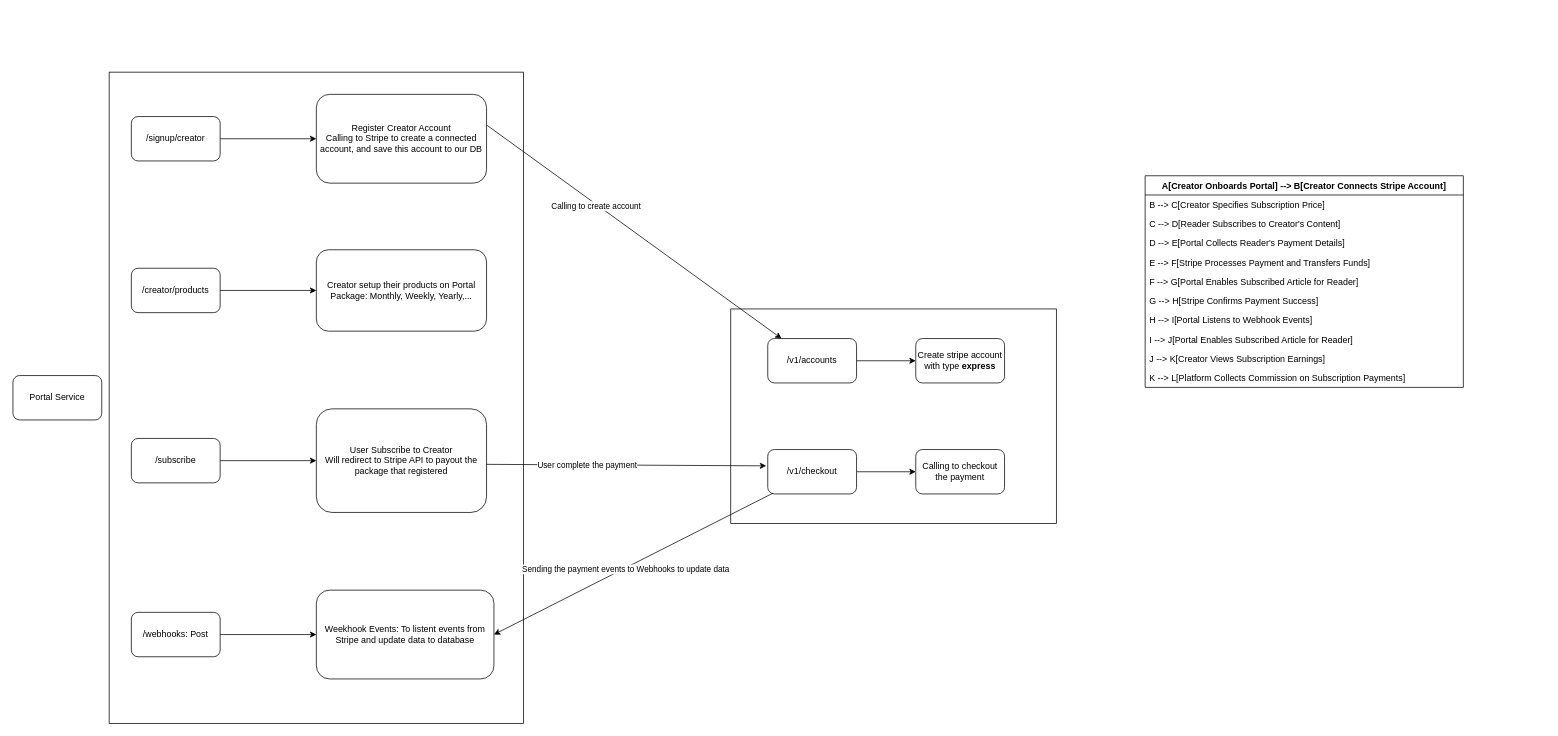
shine8888/abc-ventures keeps this draw.io diagram as Untitled Diagram.drawio. Above is the earlier version. Source tidied: cells renumbered, new cells numbered last; positions are measured from the earlier drawing's top-left corner, leaving out a move shared by most shapes. Both pictures are drawn from the tidied source at 74%, with x=0, y=0 at pixel (13, 72).
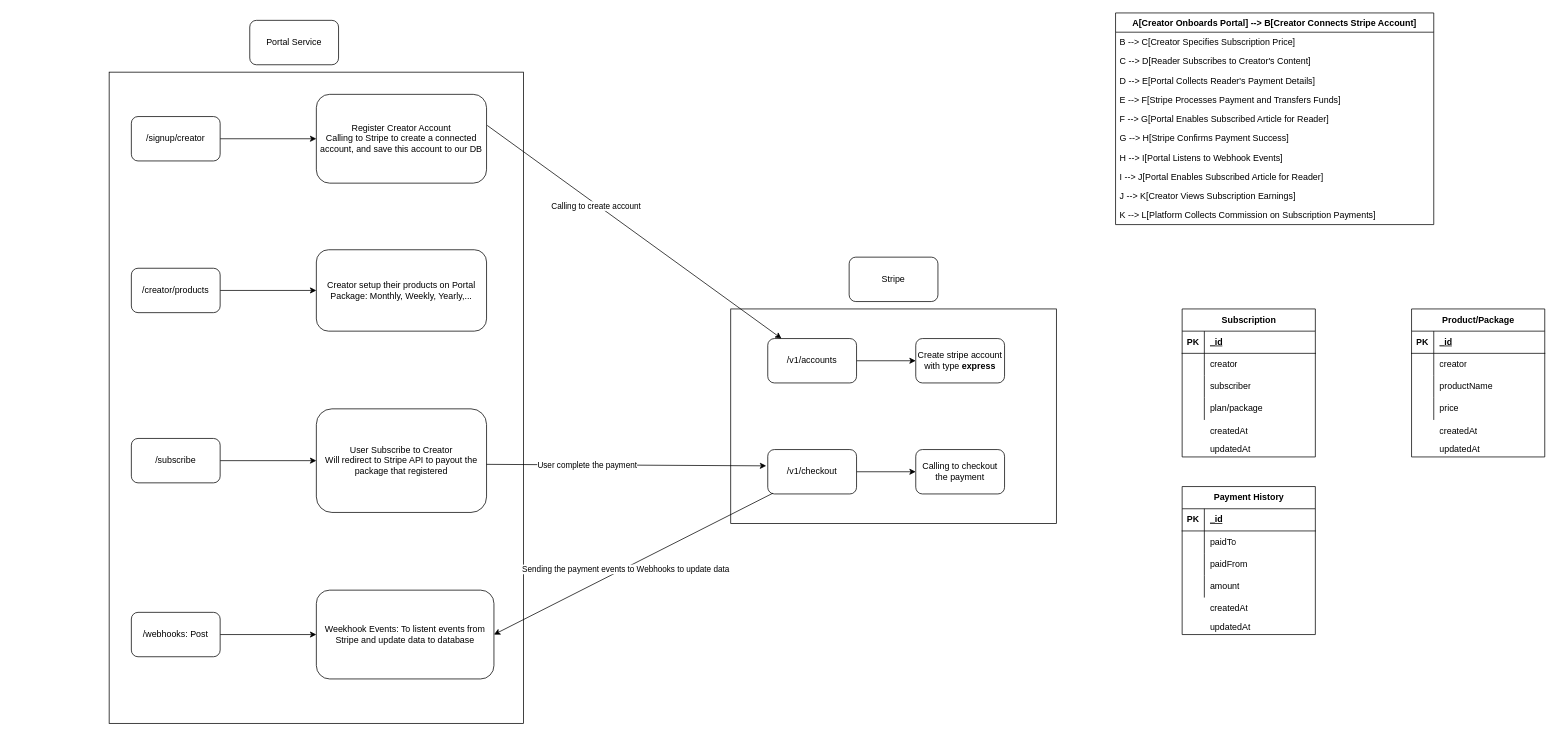
The same diagram, later.

The edit, as a diff of the source:
```diff
@@
     <mxCell id="2" value="A[Creator Onboards Portal] --&gt; B[Creator Connects Stripe Account]" style="swimlane;fontStyle=1;horizontal=1;startSize=26;" parent="1" vertex="1">
-      <mxGeometry x="1530" y="140" width="430" height="286" as="geometry" />
+      <mxGeometry x="1490" y="-80" width="430" height="286" as="geometry" />
     </mxCell>
@@
     <mxCell id="13" value="Portal Service" style="rounded=1;whiteSpace=wrap;html=1;" parent="1" vertex="1">
-      <mxGeometry y="410" width="120" height="60" as="geometry" />
+      <mxGeometry x="320" y="-70" width="120" height="60" as="geometry" />
     </mxCell>
@@
+    <mxCell id="40" value="Stripe" style="rounded=1;whiteSpace=wrap;html=1;" parent="1" vertex="1">
+      <mxGeometry x="1130" y="250" width="120" height="60" as="geometry" />
+    </mxCell>
+    <mxCell id="41" value="Subscription" style="shape=table;startSize=30;childLayout=tableLayout;rowLines=0;fontStyle=1;align=center;html=1;" parent="1" vertex="1">
+      <mxGeometry x="1580" y="320" width="180" height="200" as="geometry" />
+    </mxCell>
+    <mxCell id="42" style="shape=tableRow;horizontal=0;startSize=0;swimlaneHead=0;swimlaneBody=0;fillColor=none;top=0;left=0;right=0;bottom=1;" parent="41" vertex="1">
+      <mxGeometry y="30" width="180" height="30" as="geometry" />
+    </mxCell>
+    <mxCell id="43" value="PK" style="shape=partialRectangle;fillColor=none;top=0;left=0;bottom=0;right=0;fontStyle=1;overflow=hidden;whiteSpace=wrap;html=1;" parent="42" vertex="1">
+      <mxGeometry width="30" height="30" as="geometry" />
+    </mxCell>
+    <mxCell id="44" value="_id" style="shape=partialRectangle;fillColor=none;top=0;left=0;bottom=0;right=0;align=left;spacingLeft=6;fontStyle=5;overflow=hidden;whiteSpace=wrap;html=1;" parent="42" vertex="1">
+      <mxGeometry x="30" width="150" height="30" as="geometry" />
+    </mxCell>
+    <mxCell id="45" style="shape=tableRow;horizontal=0;startSize=0;swimlaneHead=0;swimlaneBody=0;fillColor=none;top=0;left=0;right=0;bottom=0;" parent="41" vertex="1">
+      <mxGeometry y="60" width="180" height="30" as="geometry" />
+    </mxCell>
+    <mxCell id="46" style="shape=partialRectangle;fillColor=none;top=0;left=0;bottom=0;right=0;overflow=hidden;whiteSpace=wrap;html=1;" parent="45" vertex="1">
+      <mxGeometry width="30" height="30" as="geometry" />
+    </mxCell>
+    <mxCell id="47" value="creator" style="shape=partialRectangle;fillColor=none;top=0;left=0;bottom=0;right=0;align=left;spacingLeft=6;overflow=hidden;whiteSpace=wrap;html=1;" parent="45" vertex="1">
+      <mxGeometry x="30" width="150" height="30" as="geometry" />
+    </mxCell>
+    <mxCell id="48" style="shape=tableRow;horizontal=0;startSize=0;swimlaneHead=0;swimlaneBody=0;fillColor=none;top=0;left=0;right=0;bottom=0;" parent="41" vertex="1">
+      <mxGeometry y="90" width="180" height="30" as="geometry" />
+    </mxCell>
+    <mxCell id="49" style="shape=partialRectangle;fillColor=none;top=0;left=0;bottom=0;right=0;overflow=hidden;whiteSpace=wrap;html=1;" parent="48" vertex="1">
+      <mxGeometry width="30" height="30" as="geometry" />
+    </mxCell>
+    <mxCell id="50" value="subscriber" style="shape=partialRectangle;fillColor=none;top=0;left=0;bottom=0;right=0;align=left;spacingLeft=6;overflow=hidden;whiteSpace=wrap;html=1;" parent="48" vertex="1">
+      <mxGeometry x="30" width="150" height="30" as="geometry" />
+    </mxCell>
+    <mxCell id="51" style="shape=tableRow;horizontal=0;startSize=0;swimlaneHead=0;swimlaneBody=0;fillColor=none;top=0;left=0;right=0;bottom=0;" parent="41" vertex="1">
+      <mxGeometry y="120" width="180" height="30" as="geometry" />
+    </mxCell>
+    <mxCell id="52" style="shape=partialRectangle;fillColor=none;top=0;left=0;bottom=0;right=0;overflow=hidden;whiteSpace=wrap;html=1;" parent="51" vertex="1">
+      <mxGeometry width="30" height="30" as="geometry" />
+    </mxCell>
+    <mxCell id="53" value="plan/package" style="shape=partialRectangle;fillColor=none;top=0;left=0;bottom=0;right=0;align=left;spacingLeft=6;overflow=hidden;whiteSpace=wrap;html=1;" parent="51" vertex="1">
+      <mxGeometry x="30" width="150" height="30" as="geometry" />
+    </mxCell>
+    <mxCell id="54" value="createdAt" style="shape=partialRectangle;fillColor=none;top=0;left=0;bottom=0;right=0;align=left;spacingLeft=6;overflow=hidden;whiteSpace=wrap;html=1;" parent="1" vertex="1">
+      <mxGeometry x="1610" y="470" width="150" height="30" as="geometry" />
+    </mxCell>
+    <mxCell id="55" value="updatedAt" style="shape=partialRectangle;fillColor=none;top=0;left=0;bottom=0;right=0;align=left;spacingLeft=6;overflow=hidden;whiteSpace=wrap;html=1;" parent="1" vertex="1">
+      <mxGeometry x="1610" y="495" width="150" height="30" as="geometry" />
+    </mxCell>
+    <mxCell id="56" value="Product/Package" style="shape=table;startSize=30;childLayout=tableLayout;rowLines=0;fontStyle=1;align=center;html=1;" parent="1" vertex="1">
+      <mxGeometry x="1890" y="320" width="180" height="200" as="geometry" />
+    </mxCell>
+    <mxCell id="57" style="shape=tableRow;horizontal=0;startSize=0;swimlaneHead=0;swimlaneBody=0;fillColor=none;top=0;left=0;right=0;bottom=1;" parent="56" vertex="1">
+      <mxGeometry y="30" width="180" height="30" as="geometry" />
+    </mxCell>
+    <mxCell id="58" value="PK" style="shape=partialRectangle;fillColor=none;top=0;left=0;bottom=0;right=0;fontStyle=1;overflow=hidden;whiteSpace=wrap;html=1;" parent="57" vertex="1">
+      <mxGeometry width="30" height="30" as="geometry" />
+    </mxCell>
+    <mxCell id="59" value="_id" style="shape=partialRectangle;fillColor=none;top=0;left=0;bottom=0;right=0;align=left;spacingLeft=6;fontStyle=5;overflow=hidden;whiteSpace=wrap;html=1;" parent="57" vertex="1">
+      <mxGeometry x="30" width="150" height="30" as="geometry" />
+    </mxCell>
+    <mxCell id="60" style="shape=tableRow;horizontal=0;startSize=0;swimlaneHead=0;swimlaneBody=0;fillColor=none;top=0;left=0;right=0;bottom=0;" parent="56" vertex="1">
+      <mxGeometry y="60" width="180" height="30" as="geometry" />
+    </mxCell>
+    <mxCell id="61" style="shape=partialRectangle;fillColor=none;top=0;left=0;bottom=0;right=0;overflow=hidden;whiteSpace=wrap;html=1;" parent="60" vertex="1">
+      <mxGeometry width="30" height="30" as="geometry" />
+    </mxCell>
+    <mxCell id="62" value="creator" style="shape=partialRectangle;fillColor=none;top=0;left=0;bottom=0;right=0;align=left;spacingLeft=6;overflow=hidden;whiteSpace=wrap;html=1;" parent="60" vertex="1">
+      <mxGeometry x="30" width="150" height="30" as="geometry" />
+    </mxCell>
+    <mxCell id="63" style="shape=tableRow;horizontal=0;startSize=0;swimlaneHead=0;swimlaneBody=0;fillColor=none;top=0;left=0;right=0;bottom=0;" parent="56" vertex="1">
+      <mxGeometry y="90" width="180" height="30" as="geometry" />
+    </mxCell>
+    <mxCell id="64" style="shape=partialRectangle;fillColor=none;top=0;left=0;bottom=0;right=0;overflow=hidden;whiteSpace=wrap;html=1;" parent="63" vertex="1">
+      <mxGeometry width="30" height="30" as="geometry" />
+    </mxCell>
+    <mxCell id="65" value="productName" style="shape=partialRectangle;fillColor=none;top=0;left=0;bottom=0;right=0;align=left;spacingLeft=6;overflow=hidden;whiteSpace=wrap;html=1;" parent="63" vertex="1">
+      <mxGeometry x="30" width="150" height="30" as="geometry" />
+    </mxCell>
+    <mxCell id="66" style="shape=tableRow;horizontal=0;startSize=0;swimlaneHead=0;swimlaneBody=0;fillColor=none;top=0;left=0;right=0;bottom=0;" parent="56" vertex="1">
+      <mxGeometry y="120" width="180" height="30" as="geometry" />
+    </mxCell>
+    <mxCell id="67" style="shape=partialRectangle;fillColor=none;top=0;left=0;bottom=0;right=0;overflow=hidden;whiteSpace=wrap;html=1;" parent="66" vertex="1">
+      <mxGeometry width="30" height="30" as="geometry" />
+    </mxCell>
+    <mxCell id="68" value="price" style="shape=partialRectangle;fillColor=none;top=0;left=0;bottom=0;right=0;align=left;spacingLeft=6;overflow=hidden;whiteSpace=wrap;html=1;" parent="66" vertex="1">
+      <mxGeometry x="30" width="150" height="30" as="geometry" />
+    </mxCell>
+    <mxCell id="69" value="createdAt" style="shape=partialRectangle;fillColor=none;top=0;left=0;bottom=0;right=0;align=left;spacingLeft=6;overflow=hidden;whiteSpace=wrap;html=1;" parent="1" vertex="1">
+      <mxGeometry x="1920" y="470" width="150" height="30" as="geometry" />
+    </mxCell>
+    <mxCell id="70" value="updatedAt" style="shape=partialRectangle;fillColor=none;top=0;left=0;bottom=0;right=0;align=left;spacingLeft=6;overflow=hidden;whiteSpace=wrap;html=1;" parent="1" vertex="1">
+      <mxGeometry x="1920" y="495" width="150" height="30" as="geometry" />
+    </mxCell>
+    <mxCell id="71" value="Payment History" style="shape=table;startSize=30;childLayout=tableLayout;rowLines=0;fontStyle=1;align=center;html=1;" parent="1" vertex="1">
+      <mxGeometry x="1580" y="560" width="180" height="200" as="geometry" />
+    </mxCell>
+    <mxCell id="72" style="shape=tableRow;horizontal=0;startSize=0;swimlaneHead=0;swimlaneBody=0;fillColor=none;top=0;left=0;right=0;bottom=1;" parent="71" vertex="1">
+      <mxGeometry y="30" width="180" height="30" as="geometry" />
+    </mxCell>
+    <mxCell id="73" value="PK" style="shape=partialRectangle;fillColor=none;top=0;left=0;bottom=0;right=0;fontStyle=1;overflow=hidden;whiteSpace=wrap;html=1;" parent="72" vertex="1">
+      <mxGeometry width="30" height="30" as="geometry" />
+    </mxCell>
+    <mxCell id="74" value="_id" style="shape=partialRectangle;fillColor=none;top=0;left=0;bottom=0;right=0;align=left;spacingLeft=6;fontStyle=5;overflow=hidden;whiteSpace=wrap;html=1;" parent="72" vertex="1">
+      <mxGeometry x="30" width="150" height="30" as="geometry" />
+    </mxCell>
+    <mxCell id="75" style="shape=tableRow;horizontal=0;startSize=0;swimlaneHead=0;swimlaneBody=0;fillColor=none;top=0;left=0;right=0;bottom=0;" parent="71" vertex="1">
+      <mxGeometry y="60" width="180" height="30" as="geometry" />
+    </mxCell>
+    <mxCell id="76" style="shape=partialRectangle;fillColor=none;top=0;left=0;bottom=0;right=0;overflow=hidden;whiteSpace=wrap;html=1;" parent="75" vertex="1">
+      <mxGeometry width="30" height="30" as="geometry" />
+    </mxCell>
+    <mxCell id="77" value="paidTo" style="shape=partialRectangle;fillColor=none;top=0;left=0;bottom=0;right=0;align=left;spacingLeft=6;overflow=hidden;whiteSpace=wrap;html=1;" parent="75" vertex="1">
+      <mxGeometry x="30" width="150" height="30" as="geometry" />
+    </mxCell>
+    <mxCell id="78" style="shape=tableRow;horizontal=0;startSize=0;swimlaneHead=0;swimlaneBody=0;fillColor=none;top=0;left=0;right=0;bottom=0;" parent="71" vertex="1">
+      <mxGeometry y="90" width="180" height="30" as="geometry" />
+    </mxCell>
+    <mxCell id="79" style="shape=partialRectangle;fillColor=none;top=0;left=0;bottom=0;right=0;overflow=hidden;whiteSpace=wrap;html=1;" parent="78" vertex="1">
+      <mxGeometry width="30" height="30" as="geometry" />
+    </mxCell>
+    <mxCell id="80" value="paidFrom" style="shape=partialRectangle;fillColor=none;top=0;left=0;bottom=0;right=0;align=left;spacingLeft=6;overflow=hidden;whiteSpace=wrap;html=1;" parent="78" vertex="1">
+      <mxGeometry x="30" width="150" height="30" as="geometry" />
+    </mxCell>
+    <mxCell id="81" style="shape=tableRow;horizontal=0;startSize=0;swimlaneHead=0;swimlaneBody=0;fillColor=none;top=0;left=0;right=0;bottom=0;" parent="71" vertex="1">
+      <mxGeometry y="120" width="180" height="30" as="geometry" />
+    </mxCell>
+    <mxCell id="82" style="shape=partialRectangle;fillColor=none;top=0;left=0;bottom=0;right=0;overflow=hidden;whiteSpace=wrap;html=1;" parent="81" vertex="1">
+      <mxGeometry width="30" height="30" as="geometry" />
+    </mxCell>
+    <mxCell id="83" value="amount" style="shape=partialRectangle;fillColor=none;top=0;left=0;bottom=0;right=0;align=left;spacingLeft=6;overflow=hidden;whiteSpace=wrap;html=1;" parent="81" vertex="1">
+      <mxGeometry x="30" width="150" height="30" as="geometry" />
+    </mxCell>
+    <mxCell id="84" value="createdAt" style="shape=partialRectangle;fillColor=none;top=0;left=0;bottom=0;right=0;align=left;spacingLeft=6;overflow=hidden;whiteSpace=wrap;html=1;" parent="1" vertex="1">
+      <mxGeometry x="1610" y="710" width="150" height="30" as="geometry" />
+    </mxCell>
+    <mxCell id="85" value="updatedAt" style="shape=partialRectangle;fillColor=none;top=0;left=0;bottom=0;right=0;align=left;spacingLeft=6;overflow=hidden;whiteSpace=wrap;html=1;" parent="1" vertex="1">
+      <mxGeometry x="1610" y="735" width="150" height="30" as="geometry" />
+    </mxCell>
```
